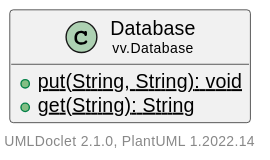
The PlantUML diagram docs/vv/Database/Database.svg in vieruuuu/valentin-vulture, before a commit.
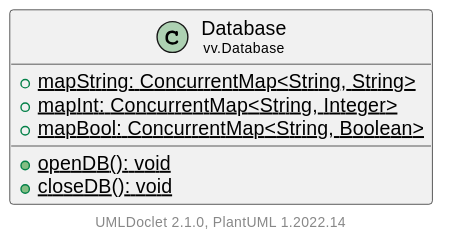
Later version of the same file.

What changed in the source:
```diff
@@ -4,8 +4,11 @@
     hide empty methods
 
     class "<size:14>Database\n<size:10>vv.Database" as vv.Database.Database [[Database.html]] {
-        {static} +put(String, String): void
-        {static} +get(String): String
+        {static} +mapString: ConcurrentMap<String, String>
+        {static} +mapInt: ConcurrentMap<String, Integer>
+        {static} +mapBool: ConcurrentMap<String, Boolean>
+        {static} +openDB(): void
+        {static} +closeDB(): void
     }
 
     center footer UMLDoclet 2.1.0, PlantUML %version()
```
